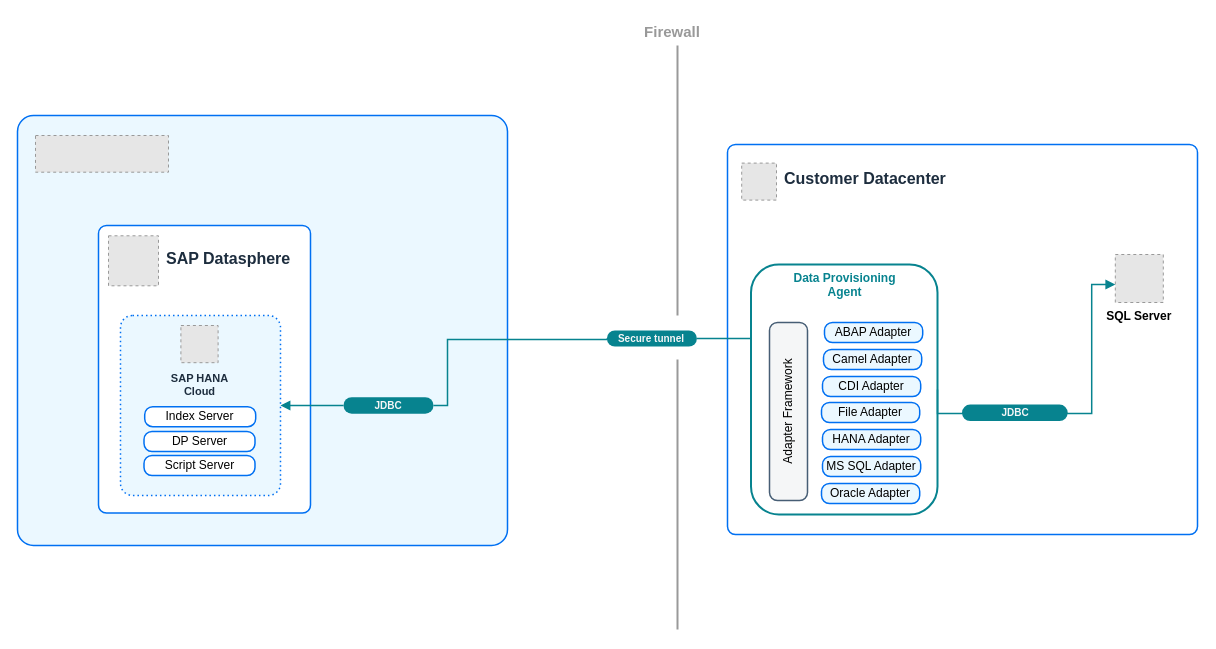
Before: page "DP Agent LR" (3 of 5) of SAP_Datasphere_DP_Agent.drawio in ihenry/draw-io, a draw.io diagram. Source tidied: cells renumbered, new cells numbered last; positions are measured from the earlier drawing's top-left corner, leaving out a move shared by most shapes. Both pictures are drawn from the tidied source at 100%, with x=0, y=0 at pixel (17, 16). Pictures stored in the file or linked from it are replaced by grey dashed boxes.
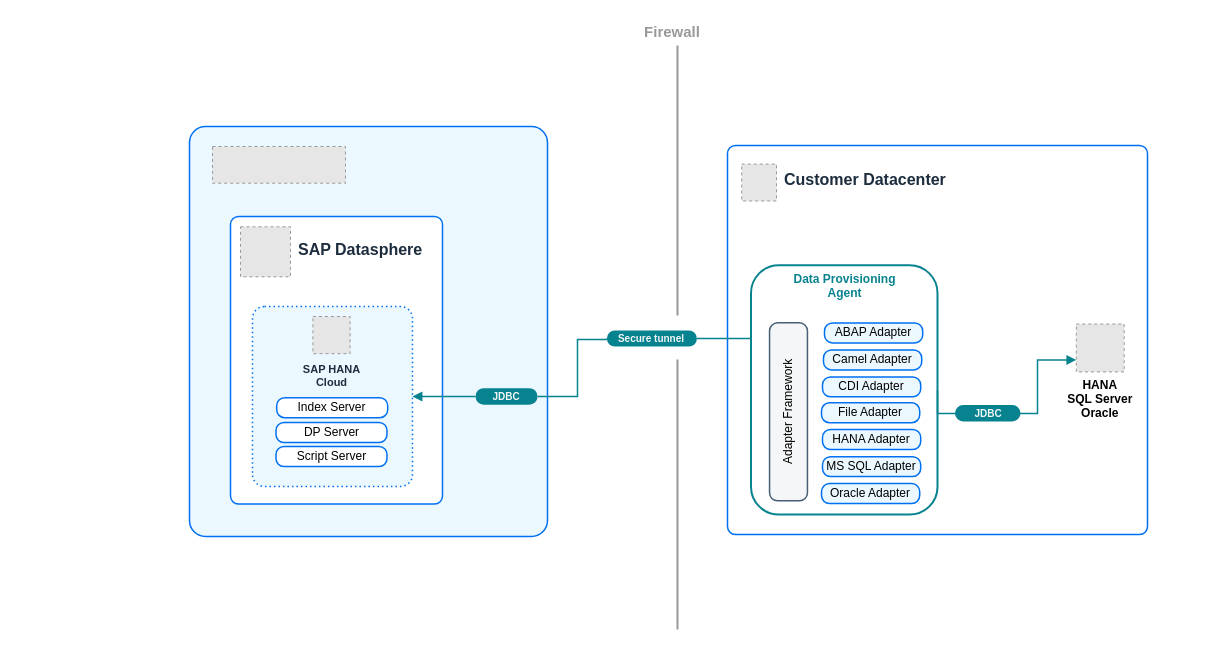
After the change.

The change refers to these unchanged cells:
```xml
<mxCell id="35" value="&lt;b style=&quot;color: rgb(245, 246, 247); font-size: x-small;&quot;&gt;Secure tunnel&lt;/b&gt;" style="rounded=1;whiteSpace=wrap;html=1;arcSize=50;strokeColor=none;fillColor=#07838f;strokeWidth=1.5;" parent="1" vertex="1">
  <mxGeometry x="589.4" y="314" width="90" height="16" as="geometry" />
</mxCell>
```

Change to the diagram source:
```diff
@@
     <mxCell id="2" style="rounded=1;whiteSpace=wrap;html=1;strokeColor=#0070F2;fillColor=#EBF8FF;arcSize=32;absoluteArcSize=1;imageWidth=64;imageHeight=64;strokeWidth=1.5;" parent="1" vertex="1">
-      <mxGeometry y="99" width="490" height="430" as="geometry" />
+      <mxGeometry x="172" y="110" width="358" height="410" as="geometry" />
     </mxCell>
     <mxCell id="3" style="fillColor=#E6E6E6;strokeColor=#999999;dashed=1;verticalLabelPosition=bottom;labelBackgroundColor=default;verticalAlign=top;" parent="1" vertex="1">
-      <mxGeometry x="18" y="119" width="133" height="36.7" as="geometry" />
+      <mxGeometry x="195" y="130" width="133" height="36.7" as="geometry" />
     </mxCell>
     <mxCell id="4" style="group;fontStyle=1;" parent="1" vertex="1">
-      <mxGeometry x="710" y="128" width="470" height="390" as="geometry" />
+      <mxGeometry x="710" y="129" width="470" height="389" as="geometry" />
     </mxCell>
     <mxCell id="5" style="rounded=1;whiteSpace=wrap;html=1;strokeColor=#0070F2;strokeWidth=1.5;arcSize=16;fillColor=#FFFFFF;perimeterSpacing=0;absoluteArcSize=1;" parent="4" vertex="1">
-      <mxGeometry width="470" height="390" as="geometry" />
+      <mxGeometry width="420" height="389" as="geometry" />
     </mxCell>
@@
     <mxCell id="7" style="fillColor=#E6E6E6;strokeColor=#999999;dashed=1;verticalLabelPosition=bottom;labelBackgroundColor=default;verticalAlign=top;" parent="4" vertex="1">
-      <mxGeometry x="14.2" y="18.6" width="34.8" height="37" as="geometry" />
+      <mxGeometry x="14.2" y="18.6" width="34.8" height="36.9" as="geometry" />
     </mxCell>
     <mxCell id="8" value="Data Provisioning &lt;br&gt;Agent" style="rounded=1;whiteSpace=wrap;html=1;strokeWidth=2;strokeColor=#07838F;fontColor=#07838F;fontStyle=1;verticalAlign=top;" parent="4" vertex="1">
-      <mxGeometry x="23.5" y="120" width="186.5" height="250" as="geometry" />
+      <mxGeometry x="23.5" y="119.7" width="186.5" height="249.4" as="geometry" />
     </mxCell>
-    <mxCell id="9" value="SQL Server" style="fillColor=#E6E6E6;strokeColor=#999999;dashed=1;verticalLabelPosition=bottom;verticalAlign=top;fontStyle=1;" parent="4" vertex="1">
-      <mxGeometry x="387.8" y="110" width="48" height="48" as="geometry" />
+    <mxCell id="9" value="HANA&#10;SQL Server&#10;Oracle" style="fillColor=#E6E6E6;strokeColor=#999999;dashed=1;verticalLabelPosition=bottom;verticalAlign=top;fontStyle=1;" parent="4" vertex="1">
+      <mxGeometry x="348.8" y="178.5" width="47.9" height="47.9" as="geometry" />
     </mxCell>
-    <mxCell id="10" style="edgeStyle=orthogonalEdgeStyle;rounded=0;jettySize=auto;html=1;endArrow=none;endFill=0;strokeColor=#07838f;strokeWidth=1.5;startArrow=block;startFill=1;entryX=1;entryY=0.5;entryDx=0;entryDy=0;" parent="4" edge="1" source="9" target="8">
+    <mxCell id="10" style="edgeStyle=orthogonalEdgeStyle;rounded=0;jettySize=auto;html=1;endArrow=none;endFill=0;strokeColor=#07838f;strokeWidth=1.5;startArrow=block;startFill=1;entryX=1;entryY=0.5;entryDx=0;entryDy=0;exitX=0;exitY=0.75;exitDx=0;exitDy=0;" parent="4" edge="1" source="9" target="8">
       <mxGeometry relative="1" as="geometry">
         <Array as="points">
-          <mxPoint x="364.2" y="140" />
-          <mxPoint x="364.2" y="269" />
+          <mxPoint x="310" y="214" />
+          <mxPoint x="310" y="268" />
+          <mxPoint x="210" y="268" />
         </Array>
       </mxGeometry>
     </mxCell>
     <mxCell id="11" value="&lt;b style=&quot;color: rgb(245, 246, 247); font-size: x-small;&quot;&gt;JDBC&lt;/b&gt;" style="rounded=1;whiteSpace=wrap;html=1;arcSize=50;strokeColor=none;fillColor=#07838f;strokeWidth=1.5;" parent="4" vertex="1">
-      <mxGeometry x="234.5" y="260.1" width="105.7" height="16.5" as="geometry" />
+      <mxGeometry x="227.5" y="259.5" width="65.5" height="16.4" as="geometry" />
     </mxCell>
     <mxCell id="12" value="ABAP Adapter" style="rounded=1;whiteSpace=wrap;html=1;strokeColor=#0070F2;strokeWidth=1.5;arcSize=16;fillColor=#EBF8FF;perimeterSpacing=0;absoluteArcSize=1;" parent="4" vertex="1">
-      <mxGeometry x="97" y="178" width="98.2" height="20" as="geometry" />
+      <mxGeometry x="97" y="177.5" width="98.2" height="19.9" as="geometry" />
     </mxCell>
     <mxCell id="13" value="CDI Adapter" style="rounded=1;whiteSpace=wrap;html=1;strokeColor=#0070F2;strokeWidth=1.5;arcSize=16;fillColor=#EBF8FF;perimeterSpacing=0;absoluteArcSize=1;" parent="4" vertex="1">
-      <mxGeometry x="95" y="232" width="98.2" height="20" as="geometry" />
+      <mxGeometry x="95" y="231.4" width="98.2" height="19.9" as="geometry" />
     </mxCell>
     <mxCell id="14" value="Camel Adapter" style="rounded=1;whiteSpace=wrap;html=1;strokeColor=#0070F2;strokeWidth=1.5;arcSize=16;fillColor=#EBF8FF;perimeterSpacing=0;absoluteArcSize=1;" parent="4" vertex="1">
-      <mxGeometry x="96" y="205" width="98.2" height="20" as="geometry" />
+      <mxGeometry x="96" y="204.5" width="98.2" height="19.9" as="geometry" />
     </mxCell>
     <mxCell id="15" value="Adapter Framework" style="rounded=1;whiteSpace=wrap;html=1;strokeColor=#475E75;strokeWidth=1.5;arcSize=16;fillColor=#F5F6F7;perimeterSpacing=0;absoluteArcSize=1;direction=east;rotation=270;" parent="4" vertex="1">
-      <mxGeometry x="-28" y="248" width="178" height="38" as="geometry" />
+      <mxGeometry x="-28" y="247.4" width="178" height="37.9" as="geometry" />
     </mxCell>
     <mxCell id="16" value="MS SQL Adapter" style="rounded=1;whiteSpace=wrap;html=1;strokeColor=#0070F2;strokeWidth=1.5;arcSize=16;fillColor=#EBF8FF;perimeterSpacing=0;absoluteArcSize=1;" parent="4" vertex="1">
-      <mxGeometry x="95" y="312" width="98.2" height="20" as="geometry" />
+      <mxGeometry x="95" y="311.2" width="98.2" height="19.9" as="geometry" />
     </mxCell>
     <mxCell id="17" value="Oracle Adapter" style="rounded=1;whiteSpace=wrap;html=1;strokeColor=#0070F2;strokeWidth=1.5;arcSize=16;fillColor=#EBF8FF;perimeterSpacing=0;absoluteArcSize=1;" parent="4" vertex="1">
-      <mxGeometry x="94" y="339" width="98.2" height="20" as="geometry" />
+      <mxGeometry x="94" y="338.1" width="98.2" height="19.9" as="geometry" />
     </mxCell>
     <mxCell id="18" value="File Adapter" style="rounded=1;whiteSpace=wrap;html=1;strokeColor=#0070F2;strokeWidth=1.5;arcSize=16;fillColor=#EBF8FF;perimeterSpacing=0;absoluteArcSize=1;" parent="4" vertex="1">
-      <mxGeometry x="94" y="258" width="98.2" height="20" as="geometry" />
+      <mxGeometry x="94" y="257.3" width="98.2" height="19.9" as="geometry" />
     </mxCell>
@@
     <mxCell id="23" style="group;" parent="1" vertex="1">
-      <mxGeometry x="63" y="209" width="334.5" height="381.2" as="geometry" />
+      <mxGeometry x="195" y="200" width="334.5" height="381.2" as="geometry" />
     </mxCell>
@@
     <mxCell id="36" style="edgeStyle=orthogonalEdgeStyle;rounded=0;jettySize=auto;html=1;exitX=0;exitY=0.5;exitDx=0;exitDy=0;endArrow=none;endFill=0;strokeColor=#07838f;strokeWidth=1.5;startArrow=none;startFill=0;entryX=1;entryY=0.5;entryDx=0;entryDy=0;" parent="1" edge="1" source="35" target="39">
       <mxGeometry relative="1" as="geometry">
         <Array as="points">
           <mxPoint x="589" y="323" />
-          <mxPoint x="430" y="323" />
-          <mxPoint x="430" y="389" />
+          <mxPoint x="560" y="323" />
+          <mxPoint x="560" y="380" />
         </Array>
       </mxGeometry>
     </mxCell>
@@
     <mxCell id="39" value="&lt;b style=&quot;color: rgb(245, 246, 247); font-size: x-small;&quot;&gt;JDBC&lt;/b&gt;" style="rounded=1;whiteSpace=wrap;html=1;arcSize=50;strokeColor=none;fillColor=#07838f;strokeWidth=1.5;" parent="1" vertex="1">
-      <mxGeometry x="326" y="380.7" width="90" height="16.5" as="geometry" />
+      <mxGeometry x="458" y="371.7" width="62" height="16.5" as="geometry" />
     </mxCell>
```
